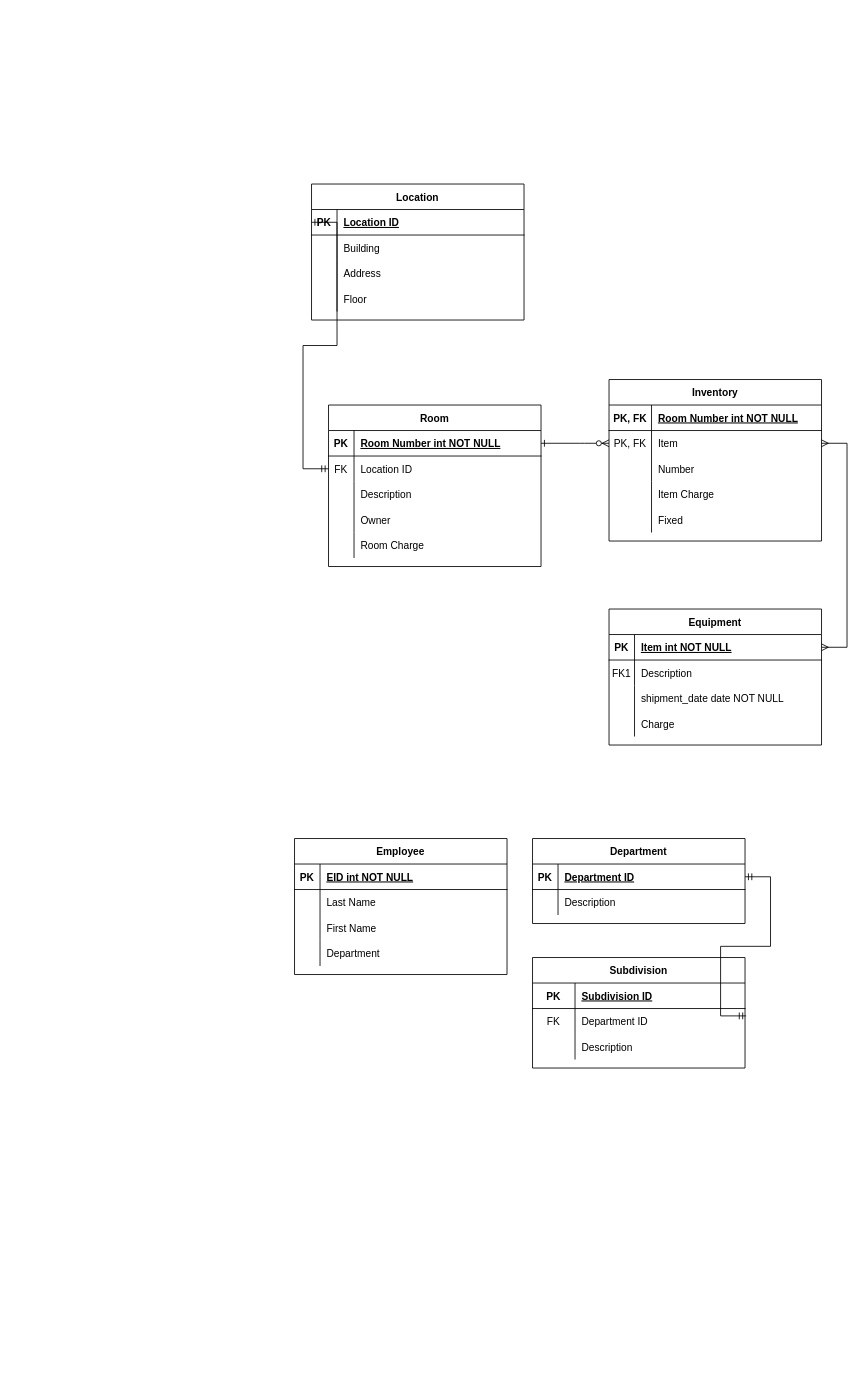
Before: Projcet1.drawio in seanjedi/comp-163-database-design-class, a draw.io diagram. Source tidied: cells renumbered, new cells numbered last; positions are measured from the earlier drawing's top-left corner, leaving out a move shared by most shapes. Both pictures are drawn from the tidied source at 85%, with x=0, y=0 at pixel (294, 184).
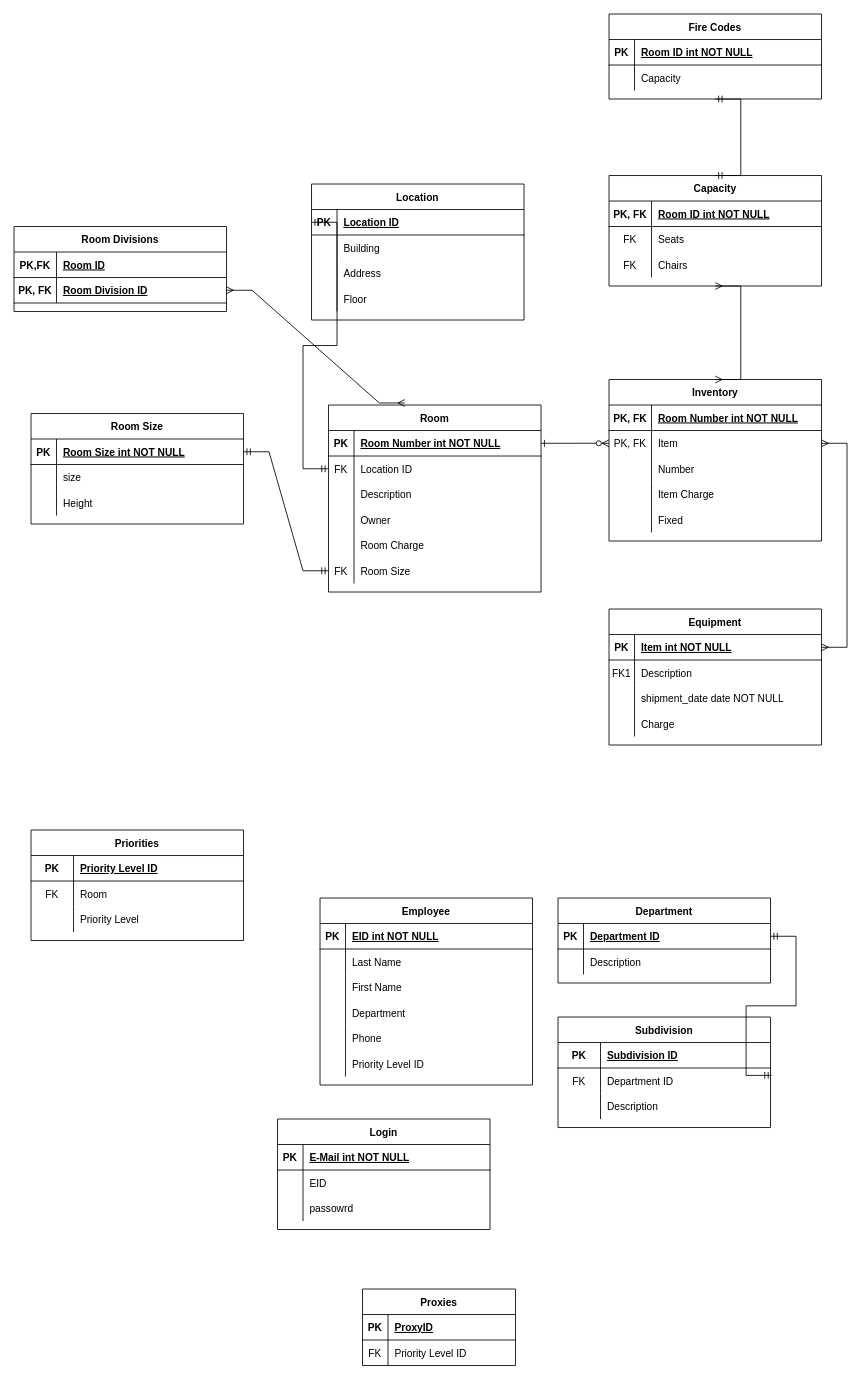
After the change.

Unchanged cells that the change refers to:
```xml
<mxCell id="3" value="Inventory" style="shape=table;startSize=30;childLayout=tableLayout;rowLines=0;fontStyle=1;align=center;" parent="1" vertex="1">
  <mxGeometry x="370" y="230" width="250" height="190" as="geometry" />
</mxCell>
```

The edit, as a diff of the source:
```diff
@@
     <mxCell id="32" value="Room" style="shape=table;startSize=30;childLayout=tableLayout;rowLines=0;fontStyle=1;align=center;" parent="1" vertex="1">
-      <mxGeometry x="40" y="260" width="250" height="190" as="geometry" />
+      <mxGeometry x="40" y="260" width="250" height="220" as="geometry" />
     </mxCell>
@@
+    <mxCell id="94" style="shape=tableRow;horizontal=0;startSize=0;swimlaneHead=0;swimlaneBody=0;fillColor=none;points=[[0,0.5],[1,0.5]];portConstraint=eastwest;top=0;left=0;right=0;bottom=0;" parent="32" vertex="1">
+      <mxGeometry y="180" width="250" height="30" as="geometry" />
+    </mxCell>
+    <mxCell id="95" value="FK" style="shape=partialRectangle;fillColor=none;top=0;left=0;bottom=0;right=0;overflow=hidden;" parent="94" vertex="1">
+      <mxGeometry width="30" height="30" as="geometry" />
+    </mxCell>
+    <mxCell id="96" value="Room Size" style="shape=partialRectangle;fillColor=none;top=0;left=0;bottom=0;right=0;align=left;spacingLeft=6;overflow=hidden;" parent="94" vertex="1">
+      <mxGeometry x="30" width="220" height="30" as="geometry" />
+    </mxCell>
@@
     <mxCell id="49" value="Employee" style="shape=table;startSize=30;childLayout=tableLayout;rowLines=0;fontStyle=1;align=center;" parent="1" vertex="1">
-      <mxGeometry y="770" width="250" height="160" as="geometry" />
+      <mxGeometry x="30" y="840" width="250" height="220" as="geometry" />
     </mxCell>
@@
+    <mxCell id="97" style="shape=tableRow;horizontal=0;startSize=0;swimlaneHead=0;swimlaneBody=0;fillColor=none;top=0;left=0;right=0;bottom=0;" parent="49" vertex="1">
+      <mxGeometry y="150" width="250" height="30" as="geometry" />
+    </mxCell>
+    <mxCell id="98" style="shape=partialRectangle;fillColor=none;top=0;left=0;bottom=0;right=0;overflow=hidden;" parent="97" vertex="1">
+      <mxGeometry width="30" height="30" as="geometry" />
+    </mxCell>
+    <mxCell id="99" value="Phone" style="shape=partialRectangle;fillColor=none;top=0;left=0;bottom=0;right=0;align=left;spacingLeft=6;overflow=hidden;" parent="97" vertex="1">
+      <mxGeometry x="30" width="220" height="30" as="geometry" />
+    </mxCell>
+    <mxCell id="100" style="shape=tableRow;horizontal=0;startSize=0;swimlaneHead=0;swimlaneBody=0;fillColor=none;top=0;left=0;right=0;bottom=0;" parent="49" vertex="1">
+      <mxGeometry y="180" width="250" height="30" as="geometry" />
+    </mxCell>
+    <mxCell id="101" style="shape=partialRectangle;fillColor=none;top=0;left=0;bottom=0;right=0;overflow=hidden;" parent="100" vertex="1">
+      <mxGeometry width="30" height="30" as="geometry" />
+    </mxCell>
+    <mxCell id="102" value="Priority Level ID" style="shape=partialRectangle;fillColor=none;top=0;left=0;bottom=0;right=0;align=left;spacingLeft=6;overflow=hidden;" parent="100" vertex="1">
+      <mxGeometry x="30" width="220" height="30" as="geometry" />
+    </mxCell>
     <mxCell id="62" value="Department" style="shape=table;startSize=30;childLayout=tableLayout;rowLines=0;fontStyle=1;align=center;" parent="1" vertex="1">
-      <mxGeometry x="280" y="770" width="250" height="100" as="geometry" />
+      <mxGeometry x="310" y="840" width="250" height="100" as="geometry" />
     </mxCell>
@@
     <mxCell id="83" value="Subdivision" style="shape=table;startSize=30;childLayout=tableLayout;rowLines=0;fontStyle=1;align=center;" parent="1" vertex="1">
-      <mxGeometry x="280" y="910" width="250" height="130" as="geometry" />
+      <mxGeometry x="310" y="980" width="250" height="130" as="geometry" />
     </mxCell>
@@
+    <mxCell id="103" value="Login" style="shape=table;startSize=30;childLayout=tableLayout;rowLines=0;fontStyle=1;align=center;" parent="1" vertex="1">
+      <mxGeometry x="-20" y="1100" width="250" height="130" as="geometry" />
+    </mxCell>
+    <mxCell id="104" style="shape=partialRectangle;fillColor=none;top=0;left=0;right=0;bottom=1;" parent="103" vertex="1">
+      <mxGeometry y="30" width="250" height="30" as="geometry" />
+    </mxCell>
+    <mxCell id="105" value="PK" style="shape=partialRectangle;overflow=hidden;fillColor=none;top=0;left=0;bottom=0;right=0;fontStyle=1;" parent="104" vertex="1">
+      <mxGeometry width="30" height="30" as="geometry" />
+    </mxCell>
+    <mxCell id="106" value="E-Mail int NOT NULL " style="shape=partialRectangle;overflow=hidden;fillColor=none;top=0;left=0;bottom=0;right=0;align=left;spacingLeft=6;fontStyle=5;" parent="104" vertex="1">
+      <mxGeometry x="30" width="220" height="30" as="geometry" />
+    </mxCell>
+    <mxCell id="107" style="shape=partialRectangle;fillColor=none;top=0;left=0;right=0;bottom=0;" parent="103" vertex="1">
+      <mxGeometry y="60" width="250" height="30" as="geometry" />
+    </mxCell>
+    <mxCell id="108" style="shape=partialRectangle;overflow=hidden;fillColor=none;top=0;left=0;bottom=0;right=0;" parent="107" vertex="1">
+      <mxGeometry width="30" height="30" as="geometry" />
+    </mxCell>
+    <mxCell id="109" value="EID" style="shape=partialRectangle;overflow=hidden;fillColor=none;top=0;left=0;bottom=0;right=0;align=left;spacingLeft=6;" parent="107" vertex="1">
+      <mxGeometry x="30" width="220" height="30" as="geometry" />
+    </mxCell>
+    <mxCell id="110" style="shape=tableRow;horizontal=0;startSize=0;swimlaneHead=0;swimlaneBody=0;fillColor=none;top=0;left=0;right=0;bottom=0;" parent="103" vertex="1">
+      <mxGeometry y="90" width="250" height="30" as="geometry" />
+    </mxCell>
+    <mxCell id="111" style="shape=partialRectangle;fillColor=none;top=0;left=0;bottom=0;right=0;overflow=hidden;" parent="110" vertex="1">
+      <mxGeometry width="30" height="30" as="geometry" />
+    </mxCell>
+    <mxCell id="112" value="passowrd" style="shape=partialRectangle;fillColor=none;top=0;left=0;bottom=0;right=0;align=left;spacingLeft=6;overflow=hidden;" parent="110" vertex="1">
+      <mxGeometry x="30" width="220" height="30" as="geometry" />
+    </mxCell>
+    <mxCell id="113" value="Proxies" style="shape=table;startSize=30;childLayout=tableLayout;rowLines=0;fontStyle=1;align=center;" parent="1" vertex="1">
+      <mxGeometry x="80" y="1300" width="180" height="90" as="geometry" />
+    </mxCell>
+    <mxCell id="114" style="shape=tableRow;horizontal=0;startSize=0;swimlaneHead=0;swimlaneBody=0;fillColor=none;top=0;left=0;right=0;bottom=1;" parent="113" vertex="1">
+      <mxGeometry y="30" width="180" height="30" as="geometry" />
+    </mxCell>
+    <mxCell id="115" value="PK" style="shape=partialRectangle;fillColor=none;top=0;left=0;bottom=0;right=0;fontStyle=1;overflow=hidden;" parent="114" vertex="1">
+      <mxGeometry width="30" height="30" as="geometry" />
+    </mxCell>
+    <mxCell id="116" value="ProxyID" style="shape=partialRectangle;fillColor=none;top=0;left=0;bottom=0;right=0;align=left;spacingLeft=6;fontStyle=5;overflow=hidden;" parent="114" vertex="1">
+      <mxGeometry x="30" width="150" height="30" as="geometry" />
+    </mxCell>
+    <mxCell id="117" style="shape=tableRow;horizontal=0;startSize=0;swimlaneHead=0;swimlaneBody=0;fillColor=none;top=0;left=0;right=0;bottom=0;" parent="113" vertex="1">
+      <mxGeometry y="60" width="180" height="30" as="geometry" />
+    </mxCell>
+    <mxCell id="118" value="FK" style="shape=partialRectangle;fillColor=none;top=0;left=0;bottom=0;right=0;overflow=hidden;" parent="117" vertex="1">
+      <mxGeometry width="30" height="30" as="geometry" />
+    </mxCell>
+    <mxCell id="119" value="Priority Level ID" style="shape=partialRectangle;fillColor=none;top=0;left=0;bottom=0;right=0;align=left;spacingLeft=6;overflow=hidden;" parent="117" vertex="1">
+      <mxGeometry x="30" width="150" height="30" as="geometry" />
+    </mxCell>
+    <mxCell id="120" value="Room Size" style="shape=table;startSize=30;childLayout=tableLayout;rowLines=0;fontStyle=1;align=center;" parent="1" vertex="1">
+      <mxGeometry x="-310" y="270" width="250" height="130" as="geometry" />
+    </mxCell>
+    <mxCell id="121" style="shape=partialRectangle;fillColor=none;points=[[0,0.5],[1,0.5]];portConstraint=eastwest;top=0;left=0;right=0;bottom=1;" parent="120" vertex="1">
+      <mxGeometry y="30" width="250" height="30" as="geometry" />
+    </mxCell>
+    <mxCell id="122" value="PK" style="shape=partialRectangle;overflow=hidden;fillColor=none;top=0;left=0;bottom=0;right=0;fontStyle=1;" parent="121" vertex="1">
+      <mxGeometry width="30" height="30" as="geometry" />
+    </mxCell>
+    <mxCell id="123" value="Room Size int NOT NULL " style="shape=partialRectangle;overflow=hidden;fillColor=none;top=0;left=0;bottom=0;right=0;align=left;spacingLeft=6;fontStyle=5;" parent="121" vertex="1">
+      <mxGeometry x="30" width="220" height="30" as="geometry" />
+    </mxCell>
+    <mxCell id="124" style="shape=partialRectangle;fillColor=none;top=0;left=0;right=0;bottom=0;" parent="120" vertex="1">
+      <mxGeometry y="60" width="250" height="30" as="geometry" />
+    </mxCell>
+    <mxCell id="125" style="shape=partialRectangle;overflow=hidden;fillColor=none;top=0;left=0;bottom=0;right=0;" parent="124" vertex="1">
+      <mxGeometry width="30" height="30" as="geometry" />
+    </mxCell>
+    <mxCell id="126" value="size" style="shape=partialRectangle;overflow=hidden;fillColor=none;top=0;left=0;bottom=0;right=0;align=left;spacingLeft=6;" parent="124" vertex="1">
+      <mxGeometry x="30" width="220" height="30" as="geometry" />
+    </mxCell>
+    <mxCell id="127" style="shape=tableRow;horizontal=0;startSize=0;swimlaneHead=0;swimlaneBody=0;fillColor=none;top=0;left=0;right=0;bottom=0;" parent="120" vertex="1">
+      <mxGeometry y="90" width="250" height="30" as="geometry" />
+    </mxCell>
+    <mxCell id="128" style="shape=partialRectangle;fillColor=none;top=0;left=0;bottom=0;right=0;overflow=hidden;" parent="127" vertex="1">
+      <mxGeometry width="30" height="30" as="geometry" />
+    </mxCell>
+    <mxCell id="129" value="Height" style="shape=partialRectangle;fillColor=none;top=0;left=0;bottom=0;right=0;align=left;spacingLeft=6;overflow=hidden;" parent="127" vertex="1">
+      <mxGeometry x="30" width="220" height="30" as="geometry" />
+    </mxCell>
+    <mxCell id="130" style="edgeStyle=entityRelationEdgeStyle;fontSize=12;html=1;endArrow=ERmandOne;startArrow=ERmandOne;rounded=0;entryX=0;entryY=0.5;entryDx=0;entryDy=0;exitX=1;exitY=0.5;exitDx=0;exitDy=0;" parent="1" edge="1" source="121" target="94">
+      <mxGeometry relative="1" as="geometry" />
+    </mxCell>
+    <mxCell id="131" value="Priorities" style="shape=table;startSize=30;childLayout=tableLayout;rowLines=0;fontStyle=1;align=center;" parent="1" vertex="1">
+      <mxGeometry x="-310" y="760" width="250" height="130" as="geometry" />
+    </mxCell>
+    <mxCell id="132" style="shape=tableRow;horizontal=0;startSize=0;swimlaneHead=0;swimlaneBody=0;fillColor=none;top=0;left=0;right=0;bottom=1;" parent="131" vertex="1">
+      <mxGeometry y="30" width="250" height="30" as="geometry" />
+    </mxCell>
+    <mxCell id="133" value="PK" style="shape=partialRectangle;fillColor=none;top=0;left=0;bottom=0;right=0;fontStyle=1;overflow=hidden;" parent="132" vertex="1">
+      <mxGeometry width="50" height="30" as="geometry" />
+    </mxCell>
+    <mxCell id="134" value="Priority Level ID" style="shape=partialRectangle;fillColor=none;top=0;left=0;bottom=0;right=0;align=left;spacingLeft=6;fontStyle=5;overflow=hidden;" parent="132" vertex="1">
+      <mxGeometry x="50" width="200" height="30" as="geometry" />
+    </mxCell>
+    <mxCell id="135" style="shape=partialRectangle;fillColor=none;top=0;left=0;right=0;bottom=0;" parent="131" vertex="1">
+      <mxGeometry y="60" width="250" height="30" as="geometry" />
+    </mxCell>
+    <mxCell id="136" value="FK" style="shape=partialRectangle;overflow=hidden;fillColor=none;top=0;left=0;bottom=0;right=0;" parent="135" vertex="1">
+      <mxGeometry width="50" height="30" as="geometry" />
+    </mxCell>
+    <mxCell id="137" value="Room" style="shape=partialRectangle;overflow=hidden;fillColor=none;top=0;left=0;bottom=0;right=0;align=left;spacingLeft=6;" parent="135" vertex="1">
+      <mxGeometry x="50" width="200" height="30" as="geometry" />
+    </mxCell>
+    <mxCell id="138" style="shape=tableRow;horizontal=0;startSize=0;swimlaneHead=0;swimlaneBody=0;fillColor=none;top=0;left=0;right=0;bottom=0;" parent="131" vertex="1">
+      <mxGeometry y="90" width="250" height="30" as="geometry" />
+    </mxCell>
+    <mxCell id="139" style="shape=partialRectangle;fillColor=none;top=0;left=0;bottom=0;right=0;overflow=hidden;" parent="138" vertex="1">
+      <mxGeometry width="50" height="30" as="geometry" />
+    </mxCell>
+    <mxCell id="140" value="Priority Level" style="shape=partialRectangle;fillColor=none;top=0;left=0;bottom=0;right=0;align=left;spacingLeft=6;overflow=hidden;" parent="138" vertex="1">
+      <mxGeometry x="50" width="200" height="30" as="geometry" />
+    </mxCell>
+    <mxCell id="141" value="Room Divisions" style="shape=table;startSize=30;childLayout=tableLayout;rowLines=0;fontStyle=1;align=center;" parent="1" vertex="1">
+      <mxGeometry x="-330" y="50" width="250" height="100" as="geometry" />
+    </mxCell>
+    <mxCell id="142" style="shape=partialRectangle;fillColor=none;top=0;left=0;right=0;bottom=1;" parent="141" vertex="1">
+      <mxGeometry y="30" width="250" height="30" as="geometry" />
+    </mxCell>
+    <mxCell id="143" value="PK,FK" style="shape=partialRectangle;overflow=hidden;fillColor=none;top=0;left=0;bottom=0;right=0;fontStyle=1;" parent="142" vertex="1">
+      <mxGeometry width="50" height="30" as="geometry" />
+    </mxCell>
+    <mxCell id="144" value="Room ID" style="shape=partialRectangle;overflow=hidden;fillColor=none;top=0;left=0;bottom=0;right=0;align=left;spacingLeft=6;fontStyle=5;" parent="142" vertex="1">
+      <mxGeometry x="50" width="200" height="30" as="geometry" />
+    </mxCell>
+    <mxCell id="145" style="shape=tableRow;horizontal=0;startSize=0;swimlaneHead=0;swimlaneBody=0;fillColor=none;points=[[0,0.5],[1,0.5]];portConstraint=eastwest;top=0;left=0;right=0;bottom=1;" parent="141" vertex="1">
+      <mxGeometry y="60" width="250" height="30" as="geometry" />
+    </mxCell>
+    <mxCell id="146" value="PK, FK" style="shape=partialRectangle;fillColor=none;top=0;left=0;bottom=0;right=0;fontStyle=1;overflow=hidden;" parent="145" vertex="1">
+      <mxGeometry width="50" height="30" as="geometry" />
+    </mxCell>
+    <mxCell id="147" value="Room Division ID" style="shape=partialRectangle;fillColor=none;top=0;left=0;bottom=0;right=0;align=left;spacingLeft=6;fontStyle=5;overflow=hidden;" parent="145" vertex="1">
+      <mxGeometry x="50" width="200" height="30" as="geometry" />
+    </mxCell>
+    <mxCell id="148" value="Capacity" style="shape=table;startSize=30;childLayout=tableLayout;rowLines=0;fontStyle=1;align=center;" parent="1" vertex="1">
+      <mxGeometry x="370" y="-10" width="250" height="130" as="geometry" />
+    </mxCell>
+    <mxCell id="149" style="shape=partialRectangle;fillColor=none;top=0;left=0;right=0;bottom=1;" parent="148" vertex="1">
+      <mxGeometry y="30" width="250" height="30" as="geometry" />
+    </mxCell>
+    <mxCell id="150" value="PK, FK" style="shape=partialRectangle;overflow=hidden;fillColor=none;top=0;left=0;bottom=0;right=0;fontStyle=1;" parent="149" vertex="1">
+      <mxGeometry width="50" height="30" as="geometry" />
+    </mxCell>
+    <mxCell id="151" value="Room ID int NOT NULL " style="shape=partialRectangle;overflow=hidden;fillColor=none;top=0;left=0;bottom=0;right=0;align=left;spacingLeft=6;fontStyle=5;" parent="149" vertex="1">
+      <mxGeometry x="50" width="200" height="30" as="geometry" />
+    </mxCell>
+    <mxCell id="152" style="shape=partialRectangle;fillColor=none;top=0;left=0;right=0;bottom=0;" parent="148" vertex="1">
+      <mxGeometry y="60" width="250" height="30" as="geometry" />
+    </mxCell>
+    <mxCell id="153" value="FK" style="shape=partialRectangle;overflow=hidden;fillColor=none;top=0;left=0;bottom=0;right=0;" parent="152" vertex="1">
+      <mxGeometry width="50" height="30" as="geometry" />
+    </mxCell>
+    <mxCell id="154" value="Seats" style="shape=partialRectangle;overflow=hidden;fillColor=none;top=0;left=0;bottom=0;right=0;align=left;spacingLeft=6;" parent="152" vertex="1">
+      <mxGeometry x="50" width="200" height="30" as="geometry" />
+    </mxCell>
+    <mxCell id="155" style="shape=tableRow;horizontal=0;startSize=0;swimlaneHead=0;swimlaneBody=0;fillColor=none;top=0;left=0;right=0;bottom=0;" parent="148" vertex="1">
+      <mxGeometry y="90" width="250" height="30" as="geometry" />
+    </mxCell>
+    <mxCell id="156" value="FK" style="shape=partialRectangle;fillColor=none;top=0;left=0;bottom=0;right=0;overflow=hidden;" parent="155" vertex="1">
+      <mxGeometry width="50" height="30" as="geometry" />
+    </mxCell>
+    <mxCell id="157" value="Chairs" style="shape=partialRectangle;fillColor=none;top=0;left=0;bottom=0;right=0;align=left;spacingLeft=6;overflow=hidden;" parent="155" vertex="1">
+      <mxGeometry x="50" width="200" height="30" as="geometry" />
+    </mxCell>
+    <mxCell id="158" value="Fire Codes" style="shape=table;startSize=30;childLayout=tableLayout;rowLines=0;fontStyle=1;align=center;" parent="1" vertex="1">
+      <mxGeometry x="370" y="-200" width="250" height="100" as="geometry" />
+    </mxCell>
+    <mxCell id="159" style="shape=partialRectangle;fillColor=none;top=0;left=0;right=0;bottom=1;" parent="158" vertex="1">
+      <mxGeometry y="30" width="250" height="30" as="geometry" />
+    </mxCell>
+    <mxCell id="160" value="PK" style="shape=partialRectangle;overflow=hidden;fillColor=none;top=0;left=0;bottom=0;right=0;fontStyle=1;" parent="159" vertex="1">
+      <mxGeometry width="30" height="30" as="geometry" />
+    </mxCell>
+    <mxCell id="161" value="Room ID int NOT NULL " style="shape=partialRectangle;overflow=hidden;fillColor=none;top=0;left=0;bottom=0;right=0;align=left;spacingLeft=6;fontStyle=5;" parent="159" vertex="1">
+      <mxGeometry x="30" width="220" height="30" as="geometry" />
+    </mxCell>
+    <mxCell id="162" style="shape=tableRow;horizontal=0;startSize=0;swimlaneHead=0;swimlaneBody=0;fillColor=none;top=0;left=0;right=0;bottom=0;" parent="158" vertex="1">
+      <mxGeometry y="60" width="250" height="30" as="geometry" />
+    </mxCell>
+    <mxCell id="163" style="shape=partialRectangle;fillColor=none;top=0;left=0;bottom=0;right=0;overflow=hidden;" parent="162" vertex="1">
+      <mxGeometry width="30" height="30" as="geometry" />
+    </mxCell>
+    <mxCell id="164" value="Capacity" style="shape=partialRectangle;fillColor=none;top=0;left=0;bottom=0;right=0;align=left;spacingLeft=6;overflow=hidden;" parent="162" vertex="1">
+      <mxGeometry x="30" width="220" height="30" as="geometry" />
+    </mxCell>
+    <mxCell id="165" style="edgeStyle=entityRelationEdgeStyle;fontSize=12;html=1;endArrow=ERmany;startArrow=ERmany;rounded=0;entryX=1;entryY=0.5;entryDx=0;entryDy=0;exitX=0.359;exitY=-0.011;exitDx=0;exitDy=0;exitPerimeter=0;" parent="1" edge="1" source="32" target="145">
+      <mxGeometry relative="1" as="geometry" />
+    </mxCell>
+    <mxCell id="166" style="edgeStyle=entityRelationEdgeStyle;fontSize=12;html=1;endArrow=ERmany;startArrow=ERmany;rounded=0;entryX=0.5;entryY=1;entryDx=0;entryDy=0;exitX=0.5;exitY=0;exitDx=0;exitDy=0;" parent="1" edge="1" source="3" target="148">
+      <mxGeometry relative="1" as="geometry" />
+    </mxCell>
+    <mxCell id="167" style="edgeStyle=entityRelationEdgeStyle;fontSize=12;html=1;endArrow=ERmandOne;startArrow=ERmandOne;rounded=0;entryX=0.5;entryY=1;entryDx=0;entryDy=0;exitX=0.5;exitY=0;exitDx=0;exitDy=0;" parent="1" edge="1" source="148" target="158">
+      <mxGeometry relative="1" as="geometry" />
+    </mxCell>
```
